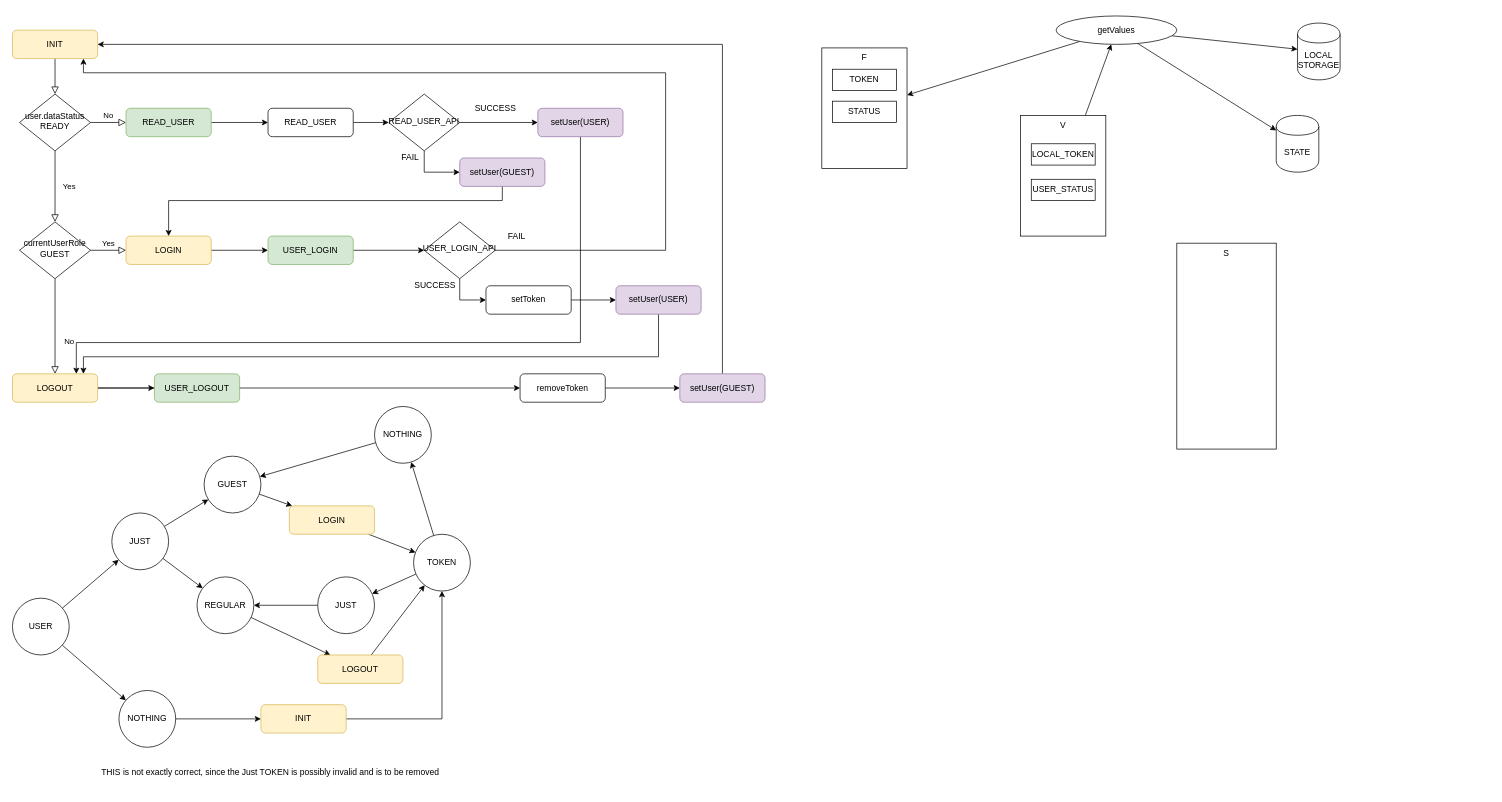
Before: docs/user_saga.drawio in mialso/category-product, a draw.io diagram. Source tidied: cells renumbered, new cells numbered last; positions are measured from the earlier drawing's top-left corner, leaving out a move shared by most shapes. Both pictures are drawn from the tidied source at 71%, with x=0, y=0 at pixel (12, 16).
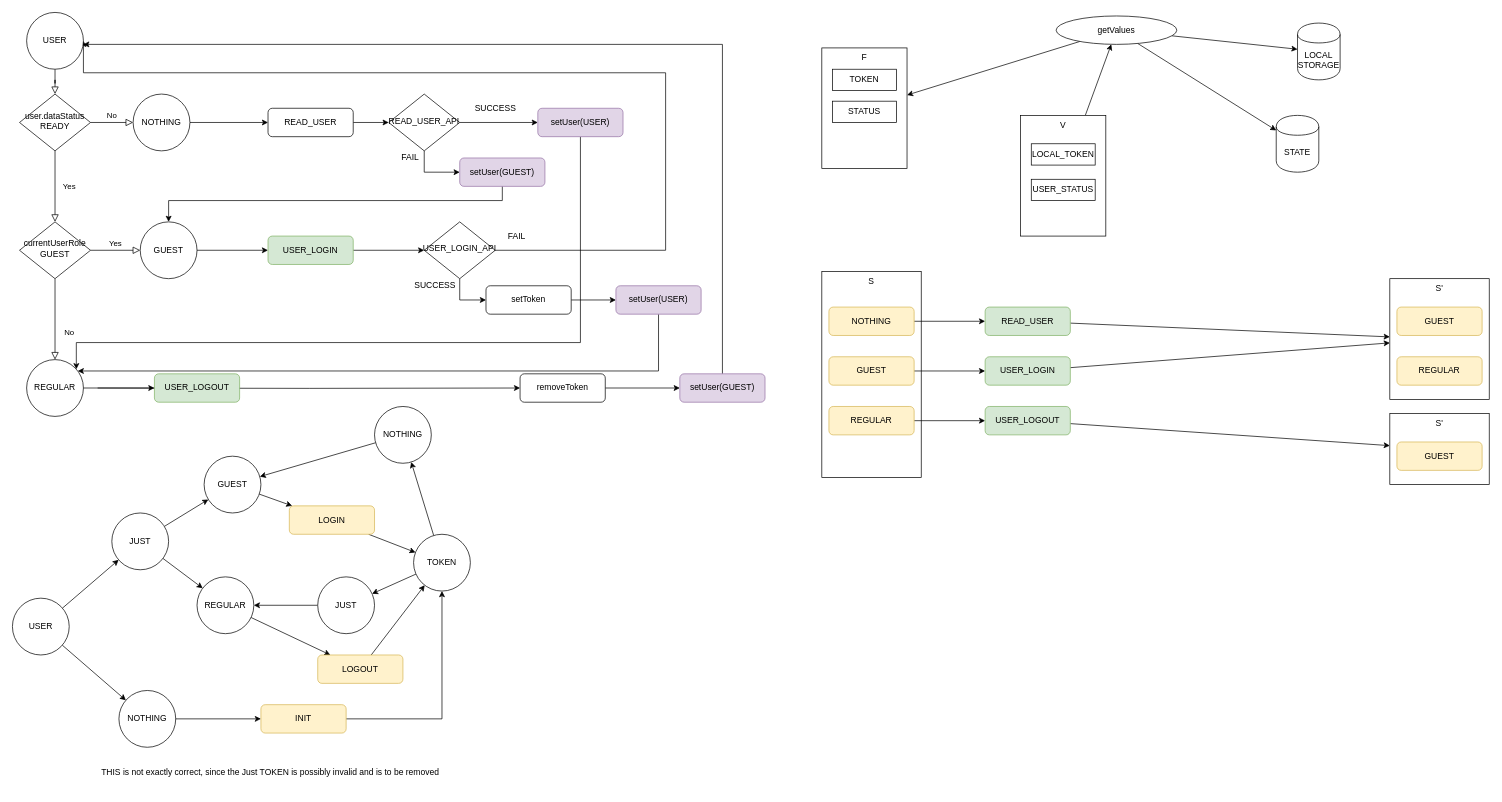
Above is the later version.

Commit message (it also covers changes not shown here):
User: make use of Maybe instead of data status

The change refers to these unchanged cells:
```xml
<mxCell id="6" value="user.dataStatus&lt;br&gt;READY" style="rhombus;whiteSpace=wrap;html=1;shadow=0;fontFamily=Helvetica;fontSize=12;align=center;strokeWidth=1;spacing=6;spacingTop=-4;" parent="1" vertex="1">
  <mxGeometry x="10" y="110" width="100" height="80" as="geometry" />
</mxCell>
<mxCell id="10" value="READ_USER" style="rounded=1;whiteSpace=wrap;html=1;fontSize=12;glass=0;strokeWidth=1;shadow=0;" parent="1" vertex="1">
  <mxGeometry x="360" y="130" width="120" height="40" as="geometry" />
</mxCell>
<mxCell id="13" value="currentUserRole&lt;br&gt;GUEST" style="rhombus;whiteSpace=wrap;html=1;shadow=0;fontFamily=Helvetica;fontSize=12;align=center;strokeWidth=1;spacing=6;spacingTop=-4;" parent="1" vertex="1">
  <mxGeometry x="10" y="290" width="100" height="80" as="geometry" />
</mxCell>
<mxCell id="17" value="USER_LOGOUT" style="rounded=1;whiteSpace=wrap;html=1;fontSize=12;glass=0;strokeWidth=1;shadow=0;fillColor=#d5e8d4;strokeColor=#82b366;" parent="1" vertex="1">
  <mxGeometry x="200" y="504" width="120" height="40" as="geometry" />
</mxCell>
<mxCell id="19" value="removeToken" style="rounded=1;whiteSpace=wrap;html=1;fontSize=12;glass=0;strokeWidth=1;shadow=0;" parent="1" vertex="1">
  <mxGeometry x="715" y="504" width="120" height="40" as="geometry" />
</mxCell>
<mxCell id="21" value="setUser(GUEST)" style="rounded=1;whiteSpace=wrap;html=1;fontSize=12;glass=0;strokeWidth=1;shadow=0;fillColor=#e1d5e7;strokeColor=#9673a6;" parent="1" vertex="1">
  <mxGeometry x="940" y="504" width="120" height="40" as="geometry" />
</mxCell>
<mxCell id="25" value="USER_LOGIN" style="rounded=1;whiteSpace=wrap;html=1;fontSize=12;glass=0;strokeWidth=1;shadow=0;fillColor=#d5e8d4;strokeColor=#82b366;" parent="1" vertex="1">
  <mxGeometry x="360" y="310" width="120" height="40" as="geometry" />
</mxCell>
<mxCell id="27" value="setUser(GUEST)" style="rounded=1;whiteSpace=wrap;html=1;fontSize=12;glass=0;strokeWidth=1;shadow=0;fillColor=#e1d5e7;strokeColor=#9673a6;" parent="1" vertex="1">
  <mxGeometry x="630" y="200" width="120" height="40" as="geometry" />
</mxCell>
<mxCell id="29" value="setUser(USER)" style="rounded=1;whiteSpace=wrap;html=1;fontSize=12;glass=0;strokeWidth=1;shadow=0;fillColor=#e1d5e7;strokeColor=#9673a6;" parent="1" vertex="1">
  <mxGeometry x="740" y="130" width="120" height="40" as="geometry" />
</mxCell>
<mxCell id="37" value="USER_LOGIN_API" style="rhombus;whiteSpace=wrap;html=1;shadow=0;fontFamily=Helvetica;fontSize=12;align=center;strokeWidth=1;spacing=6;spacingTop=-4;" parent="1" vertex="1">
  <mxGeometry x="580" y="290" width="100" height="80" as="geometry" />
</mxCell>
<mxCell id="43" value="setUser(USER)" style="rounded=1;whiteSpace=wrap;html=1;fontSize=12;glass=0;strokeWidth=1;shadow=0;fillColor=#e1d5e7;strokeColor=#9673a6;" parent="1" vertex="1">
  <mxGeometry x="850" y="380" width="120" height="40" as="geometry" />
</mxCell>
```

Change to the diagram source:
```diff
@@
-    <mxCell id="2" style="rounded=0;html=1;jettySize=auto;fontSize=11;endArrow=block;endFill=0;endSize=8;strokeWidth=1;shadow=0;labelBackgroundColor=none;edgeStyle=orthogonalEdgeStyle;" parent="1" edge="1" source="3" target="6">
+    <mxCell id="2" style="rounded=0;html=1;jettySize=auto;fontSize=11;endArrow=block;endFill=0;endSize=8;strokeWidth=1;shadow=0;labelBackgroundColor=none;edgeStyle=orthogonalEdgeStyle;" parent="1" edge="1" source="102" target="6">
       <mxGeometry relative="1" as="geometry" />
     </mxCell>
-    <mxCell id="3" value="INIT" style="rounded=1;whiteSpace=wrap;html=1;fontSize=12;glass=0;strokeWidth=1;shadow=0;fillColor=#fff2cc;strokeColor=#d6b656;" parent="1" vertex="1">
-      <mxGeometry y="20" width="120" height="40" as="geometry" />
-    </mxCell>
@@
-    <mxCell id="5" value="No" style="edgeStyle=orthogonalEdgeStyle;rounded=0;html=1;jettySize=auto;fontSize=11;endArrow=block;endFill=0;endSize=8;strokeWidth=1;shadow=0;labelBackgroundColor=none;" parent="1" edge="1" source="6" target="8">
+    <mxCell id="5" value="No" style="edgeStyle=orthogonalEdgeStyle;rounded=0;html=1;jettySize=auto;fontSize=11;endArrow=block;endFill=0;endSize=8;strokeWidth=1;shadow=0;labelBackgroundColor=none;" parent="1" edge="1" source="6" target="103">
       <mxGeometry y="10" relative="1" as="geometry" />
     </mxCell>
@@
-    <mxCell id="7" style="edgeStyle=orthogonalEdgeStyle;rounded=0;jettySize=auto;html=1;" parent="1" edge="1" source="8" target="10">
+    <mxCell id="7" style="edgeStyle=orthogonalEdgeStyle;rounded=0;jettySize=auto;html=1;" parent="1" edge="1" source="103" target="10">
       <mxGeometry relative="1" as="geometry" />
     </mxCell>
-    <mxCell id="8" value="READ_USER" style="rounded=1;whiteSpace=wrap;html=1;fontSize=12;glass=0;strokeWidth=1;shadow=0;fillColor=#d5e8d4;strokeColor=#82b366;" parent="1" vertex="1">
-      <mxGeometry x="160" y="130" width="120" height="40" as="geometry" />
-    </mxCell>
@@
-    <mxCell id="11" value="No" style="rounded=0;html=1;jettySize=auto;fontSize=11;endArrow=block;endFill=0;endSize=8;strokeWidth=1;shadow=0;labelBackgroundColor=none;edgeStyle=orthogonalEdgeStyle;" parent="1" edge="1" source="13" target="16">
+    <mxCell id="11" value="No" style="rounded=0;html=1;jettySize=auto;fontSize=11;endArrow=block;endFill=0;endSize=8;strokeWidth=1;shadow=0;labelBackgroundColor=none;edgeStyle=orthogonalEdgeStyle;" parent="1" edge="1" source="13" target="105">
       <mxGeometry x="0.33" y="20" relative="1" as="geometry" />
     </mxCell>
-    <mxCell id="12" value="Yes" style="edgeStyle=orthogonalEdgeStyle;rounded=0;html=1;jettySize=auto;fontSize=11;endArrow=block;endFill=0;endSize=8;strokeWidth=1;shadow=0;labelBackgroundColor=none;" parent="1" edge="1" source="13" target="23">
+    <mxCell id="12" value="Yes" style="edgeStyle=orthogonalEdgeStyle;rounded=0;html=1;jettySize=auto;fontSize=11;endArrow=block;endFill=0;endSize=8;strokeWidth=1;shadow=0;labelBackgroundColor=none;" parent="1" edge="1" source="13" target="104">
       <mxGeometry y="10" relative="1" as="geometry" />
     </mxCell>
@@
-    <mxCell id="14" style="edgeStyle=orthogonalEdgeStyle;rounded=0;jettySize=auto;html=1;" parent="1" edge="1" source="16" target="19">
-      <mxGeometry relative="1" as="geometry" />
+    <mxCell id="14" style="edgeStyle=orthogonalEdgeStyle;rounded=0;jettySize=auto;html=1;" parent="1" edge="1" target="19">
+      <mxGeometry relative="1" as="geometry">
+        <mxPoint x="120" y="524" as="sourcePoint" />
+      </mxGeometry>
     </mxCell>
-    <mxCell id="15" style="edgeStyle=orthogonalEdgeStyle;rounded=0;jettySize=auto;html=1;" parent="1" edge="1" source="16" target="17">
+    <mxCell id="15" style="edgeStyle=orthogonalEdgeStyle;rounded=0;jettySize=auto;html=1;" parent="1" edge="1" source="105" target="17">
       <mxGeometry relative="1" as="geometry" />
     </mxCell>
-    <mxCell id="16" value="LOGOUT" style="rounded=1;whiteSpace=wrap;html=1;fontSize=12;glass=0;strokeWidth=1;shadow=0;fillColor=#fff2cc;strokeColor=#d6b656;" parent="1" vertex="1">
-      <mxGeometry y="504" width="120" height="40" as="geometry" />
-    </mxCell>
@@
-    <mxCell id="20" style="edgeStyle=orthogonalEdgeStyle;rounded=0;jettySize=auto;html=1;" parent="1" edge="1" source="21" target="3">
+    <mxCell id="20" style="edgeStyle=orthogonalEdgeStyle;rounded=0;jettySize=auto;html=1;" parent="1" edge="1" source="21" target="102">
       <mxGeometry relative="1" as="geometry">
         <Array as="points">
           <mxPoint x="1000" y="40" />
         </Array>
       </mxGeometry>
     </mxCell>
@@
-    <mxCell id="22" style="edgeStyle=orthogonalEdgeStyle;rounded=0;jettySize=auto;html=1;" parent="1" edge="1" source="23" target="25">
+    <mxCell id="22" style="edgeStyle=orthogonalEdgeStyle;rounded=0;jettySize=auto;html=1;" parent="1" edge="1" source="104" target="25">
       <mxGeometry relative="1" as="geometry" />
     </mxCell>
-    <mxCell id="23" value="LOGIN" style="rounded=1;whiteSpace=wrap;html=1;fontSize=12;glass=0;strokeWidth=1;shadow=0;fillColor=#fff2cc;strokeColor=#d6b656;" parent="1" vertex="1">
-      <mxGeometry x="160" y="310" width="120" height="40" as="geometry" />
-    </mxCell>
@@
-    <mxCell id="26" style="edgeStyle=orthogonalEdgeStyle;rounded=0;jettySize=auto;html=1;" parent="1" edge="1" source="27" target="23">
+    <mxCell id="26" style="edgeStyle=orthogonalEdgeStyle;rounded=0;jettySize=auto;html=1;" parent="1" edge="1" source="27" target="104">
       <mxGeometry relative="1" as="geometry">
         <Array as="points">
           <mxPoint x="690" y="260" />
           <mxPoint x="220" y="260" />
         </Array>
       </mxGeometry>
     </mxCell>
@@
-    <mxCell id="28" style="edgeStyle=orthogonalEdgeStyle;rounded=0;jettySize=auto;html=1;" parent="1" edge="1" source="29" target="16">
+    <mxCell id="28" style="edgeStyle=orthogonalEdgeStyle;rounded=0;jettySize=auto;html=1;" parent="1" edge="1" source="29" target="105">
       <mxGeometry relative="1" as="geometry">
         <Array as="points">
           <mxPoint x="800" y="460" />
           <mxPoint x="90" y="460" />
         </Array>
       </mxGeometry>
     </mxCell>
@@
-    <mxCell id="35" style="edgeStyle=orthogonalEdgeStyle;rounded=0;jettySize=auto;html=1;" parent="1" edge="1" source="37" target="3">
+    <mxCell id="35" style="edgeStyle=orthogonalEdgeStyle;rounded=0;jettySize=auto;html=1;" parent="1" edge="1" source="37" target="102">
       <mxGeometry relative="1" as="geometry">
         <Array as="points">
           <mxPoint x="920" y="330" />
           <mxPoint x="920" y="80" />
           <mxPoint x="100" y="80" />
         </Array>
       </mxGeometry>
     </mxCell>
@@
-    <mxCell id="42" style="edgeStyle=orthogonalEdgeStyle;rounded=0;jettySize=auto;html=1;" parent="1" edge="1" source="43" target="16">
+    <mxCell id="42" style="edgeStyle=orthogonalEdgeStyle;rounded=0;jettySize=auto;html=1;" parent="1" edge="1" source="43" target="105">
       <mxGeometry relative="1" as="geometry">
         <Array as="points">
-          <mxPoint x="910" y="480" />
-          <mxPoint x="100" y="480" />
+          <mxPoint x="910" y="500" />
         </Array>
       </mxGeometry>
     </mxCell>
@@
     <mxCell id="78" value="S" style="rounded=0;whiteSpace=wrap;html=1;verticalAlign=top;" parent="1" vertex="1">
-      <mxGeometry x="1640" y="320" width="140" height="290" as="geometry" />
+      <mxGeometry x="1140" y="360" width="140" height="290" as="geometry" />
     </mxCell>
@@
+    <mxCell id="84" style="edgeStyle=none;rounded=0;jettySize=auto;html=1;" parent="1" edge="1" source="85" target="8">
+      <mxGeometry relative="1" as="geometry" />
+    </mxCell>
+    <mxCell id="85" value="NOTHING" style="rounded=1;whiteSpace=wrap;html=1;fontSize=12;glass=0;strokeWidth=1;shadow=0;fillColor=#fff2cc;strokeColor=#d6b656;" parent="1" vertex="1">
+      <mxGeometry x="1150" y="410" width="120" height="40" as="geometry" />
+    </mxCell>
+    <mxCell id="86" style="edgeStyle=none;rounded=0;jettySize=auto;html=1;" parent="1" edge="1" source="87" target="92">
+      <mxGeometry relative="1" as="geometry" />
+    </mxCell>
+    <mxCell id="87" value="GUEST" style="rounded=1;whiteSpace=wrap;html=1;fontSize=12;glass=0;strokeWidth=1;shadow=0;fillColor=#fff2cc;strokeColor=#d6b656;" parent="1" vertex="1">
+      <mxGeometry x="1150" y="480" width="120" height="40" as="geometry" />
+    </mxCell>
+    <mxCell id="88" style="edgeStyle=none;rounded=0;jettySize=auto;html=1;" parent="1" edge="1" source="89" target="94">
+      <mxGeometry relative="1" as="geometry" />
+    </mxCell>
+    <mxCell id="89" value="REGULAR" style="rounded=1;whiteSpace=wrap;html=1;fontSize=12;glass=0;strokeWidth=1;shadow=0;fillColor=#fff2cc;strokeColor=#d6b656;" parent="1" vertex="1">
+      <mxGeometry x="1150" y="550" width="120" height="40" as="geometry" />
+    </mxCell>
+    <mxCell id="90" style="edgeStyle=none;rounded=0;jettySize=auto;html=1;" parent="1" edge="1" source="8" target="96">
+      <mxGeometry relative="1" as="geometry" />
+    </mxCell>
+    <mxCell id="8" value="READ_USER" style="rounded=1;whiteSpace=wrap;html=1;fontSize=12;glass=0;strokeWidth=1;shadow=0;fillColor=#d5e8d4;strokeColor=#82b366;" parent="1" vertex="1">
+      <mxGeometry x="1370" y="410" width="120" height="40" as="geometry" />
+    </mxCell>
+    <mxCell id="91" style="edgeStyle=none;rounded=0;jettySize=auto;html=1;" parent="1" edge="1" source="92" target="96">
+      <mxGeometry relative="1" as="geometry" />
+    </mxCell>
+    <mxCell id="92" value="USER_LOGIN" style="rounded=1;whiteSpace=wrap;html=1;fontSize=12;glass=0;strokeWidth=1;shadow=0;fillColor=#d5e8d4;strokeColor=#82b366;" parent="1" vertex="1">
+      <mxGeometry x="1370" y="480" width="120" height="40" as="geometry" />
+    </mxCell>
+    <mxCell id="93" style="edgeStyle=none;rounded=0;jettySize=auto;html=1;" parent="1" edge="1" source="94" target="100">
+      <mxGeometry relative="1" as="geometry" />
+    </mxCell>
+    <mxCell id="94" value="USER_LOGOUT" style="rounded=1;whiteSpace=wrap;html=1;fontSize=12;glass=0;strokeWidth=1;shadow=0;fillColor=#d5e8d4;strokeColor=#82b366;" parent="1" vertex="1">
+      <mxGeometry x="1370" y="550" width="120" height="40" as="geometry" />
+    </mxCell>
+    <mxCell id="95" style="group;" parent="1" vertex="1">
+      <mxGeometry x="1940" y="370" width="140" height="170" as="geometry" />
+    </mxCell>
+    <mxCell id="96" value="S'" style="rounded=0;whiteSpace=wrap;html=1;verticalAlign=top;" parent="95" vertex="1">
+      <mxGeometry width="140" height="170" as="geometry" />
+    </mxCell>
+    <mxCell id="97" value="GUEST" style="rounded=1;whiteSpace=wrap;html=1;fontSize=12;glass=0;strokeWidth=1;shadow=0;fillColor=#fff2cc;strokeColor=#d6b656;" parent="95" vertex="1">
+      <mxGeometry x="10" y="40" width="120" height="40" as="geometry" />
+    </mxCell>
+    <mxCell id="98" value="REGULAR" style="rounded=1;whiteSpace=wrap;html=1;fontSize=12;glass=0;strokeWidth=1;shadow=0;fillColor=#fff2cc;strokeColor=#d6b656;" parent="95" vertex="1">
+      <mxGeometry x="10" y="110" width="120" height="40" as="geometry" />
+    </mxCell>
+    <mxCell id="99" style="group;" parent="1" vertex="1">
+      <mxGeometry x="1940" y="560" width="140" height="100" as="geometry" />
+    </mxCell>
+    <mxCell id="100" value="S'" style="rounded=0;whiteSpace=wrap;html=1;verticalAlign=top;" parent="99" vertex="1">
+      <mxGeometry width="140" height="100" as="geometry" />
+    </mxCell>
+    <mxCell id="101" value="GUEST" style="rounded=1;whiteSpace=wrap;html=1;fontSize=12;glass=0;strokeWidth=1;shadow=0;fillColor=#fff2cc;strokeColor=#d6b656;" parent="99" vertex="1">
+      <mxGeometry x="10" y="40" width="120" height="40" as="geometry" />
+    </mxCell>
+    <mxCell id="102" value="USER" style="ellipse;whiteSpace=wrap;html=1;" parent="1" vertex="1">
+      <mxGeometry x="20" y="-5" width="80" height="80" as="geometry" />
+    </mxCell>
+    <mxCell id="103" value="NOTHING" style="ellipse;whiteSpace=wrap;html=1;" parent="1" vertex="1">
+      <mxGeometry x="170" y="110" width="80" height="80" as="geometry" />
+    </mxCell>
+    <mxCell id="104" value="GUEST" style="ellipse;whiteSpace=wrap;html=1;" parent="1" vertex="1">
+      <mxGeometry x="180" y="290" width="80" height="80" as="geometry" />
+    </mxCell>
+    <mxCell id="105" value="REGULAR" style="ellipse;whiteSpace=wrap;html=1;" parent="1" vertex="1">
+      <mxGeometry x="20" y="484" width="80" height="80" as="geometry" />
+    </mxCell>
```
